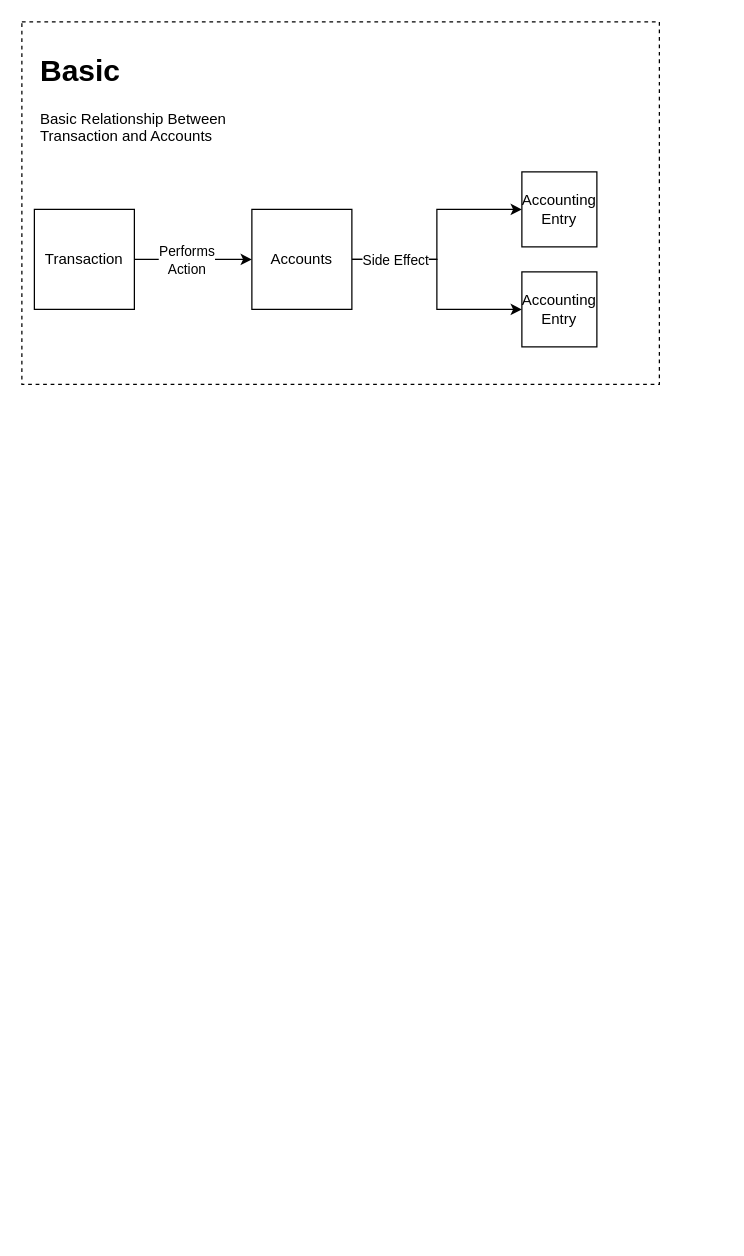
Above: Core Finance System.drawio in isaac-code/diagrams (draw.io), before the change. Source tidied: cells renumbered, new cells numbered last; positions are measured from the earlier drawing's top-left corner, leaving out a move shared by most shapes. Both pictures are drawn from the tidied source at 125%, with x=0, y=0 at pixel (21, 21).
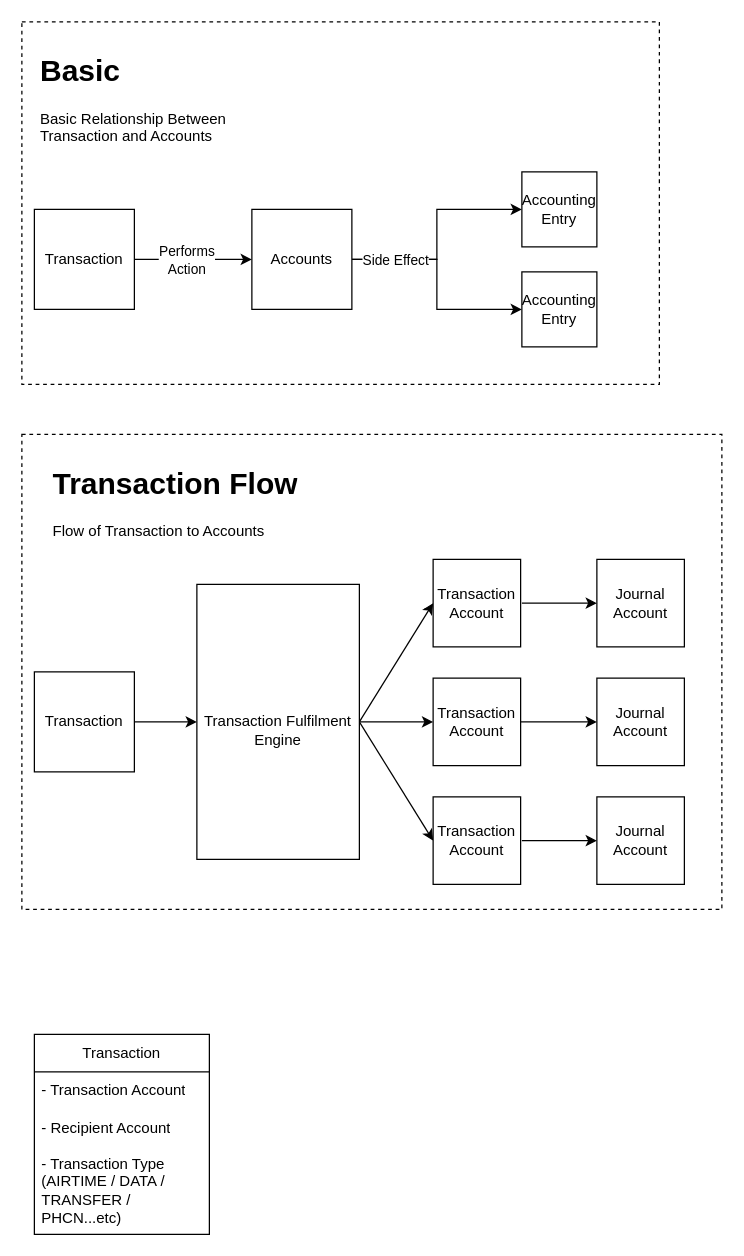
The same page after the edit.

What changed in the source:
```diff
@@
+    <mxCell id="13" style="rounded=0;whiteSpace=wrap;html=1;dashed=1;" parent="1" vertex="1">
+      <mxGeometry y="330" width="560" height="380" as="geometry" />
+    </mxCell>
@@
+    <mxCell id="14" style="edgeStyle=orthogonalEdgeStyle;rounded=0;jettySize=auto;html=1;exitX=1;exitY=0.5;exitDx=0;exitDy=0;entryX=0;entryY=0.5;entryDx=0;entryDy=0;" parent="1" edge="1" source="15" target="16">
+      <mxGeometry relative="1" as="geometry" />
+    </mxCell>
+    <mxCell id="15" value="Transaction" style="whiteSpace=wrap;html=1;" parent="1" vertex="1">
+      <mxGeometry x="10" y="520" width="80" height="80" as="geometry" />
+    </mxCell>
+    <mxCell id="16" value="&lt;br&gt;Transaction Fulfilment Engine" style="rounded=0;whiteSpace=wrap;html=1;" parent="1" vertex="1">
+      <mxGeometry x="140" y="450" width="130" height="220" as="geometry" />
+    </mxCell>
+    <mxCell id="17" value="Transaction Account" style="whiteSpace=wrap;html=1;" parent="1" vertex="1">
+      <mxGeometry x="329" y="430" width="70" height="70" as="geometry" />
+    </mxCell>
+    <mxCell id="18" value="Transaction Account" style="whiteSpace=wrap;html=1;" parent="1" vertex="1">
+      <mxGeometry x="329" y="525" width="70" height="70" as="geometry" />
+    </mxCell>
+    <mxCell id="19" value="Transaction Account" style="whiteSpace=wrap;html=1;" parent="1" vertex="1">
+      <mxGeometry x="329" y="620" width="70" height="70" as="geometry" />
+    </mxCell>
+    <mxCell id="20" style="endArrow=classic;html=1;rounded=0;entryX=0;entryY=0.5;entryDx=0;entryDy=0;exitX=1;exitY=0.5;exitDx=0;exitDy=0;" parent="1" edge="1" source="16" target="17">
+      <mxGeometry relative="1" as="geometry" />
+    </mxCell>
+    <mxCell id="21" style="endArrow=classic;html=1;rounded=0;exitX=1;exitY=0.5;exitDx=0;exitDy=0;" parent="1" edge="1" source="16" target="18">
+      <mxGeometry relative="1" as="geometry" />
+    </mxCell>
+    <mxCell id="22" style="endArrow=classic;html=1;rounded=0;entryX=0;entryY=0.5;entryDx=0;entryDy=0;exitX=1;exitY=0.5;exitDx=0;exitDy=0;" parent="1" edge="1" source="16" target="19">
+      <mxGeometry relative="1" as="geometry" />
+    </mxCell>
+    <mxCell id="23" value="Journal Account" style="whiteSpace=wrap;html=1;" parent="1" vertex="1">
+      <mxGeometry x="460" y="430" width="70" height="70" as="geometry" />
+    </mxCell>
+    <mxCell id="24" value="Journal Account" style="whiteSpace=wrap;html=1;" parent="1" vertex="1">
+      <mxGeometry x="460" y="525" width="70" height="70" as="geometry" />
+    </mxCell>
+    <mxCell id="25" value="Journal Account" style="whiteSpace=wrap;html=1;" parent="1" vertex="1">
+      <mxGeometry x="460" y="620" width="70" height="70" as="geometry" />
+    </mxCell>
+    <mxCell id="26" style="endArrow=classic;html=1;rounded=0;entryX=0;entryY=0.5;entryDx=0;entryDy=0;" parent="1" edge="1" target="23">
+      <mxGeometry relative="1" as="geometry">
+        <mxPoint x="400" y="465" as="sourcePoint" />
+      </mxGeometry>
+    </mxCell>
+    <mxCell id="27" style="endArrow=classic;html=1;rounded=0;entryX=0;entryY=0.5;entryDx=0;entryDy=0;exitX=1;exitY=0.5;exitDx=0;exitDy=0;" parent="1" edge="1" source="18" target="24">
+      <mxGeometry relative="1" as="geometry" />
+    </mxCell>
+    <mxCell id="28" style="endArrow=classic;html=1;rounded=0;entryX=0;entryY=0.5;entryDx=0;entryDy=0;" parent="1" edge="1" target="25">
+      <mxGeometry relative="1" as="geometry">
+        <mxPoint x="400" y="655" as="sourcePoint" />
+      </mxGeometry>
+    </mxCell>
+    <mxCell id="29" value="&lt;h1&gt;Transaction Flow&lt;/h1&gt;&lt;p&gt;Flow of Transaction to Accounts&lt;/p&gt;" style="text;html=1;strokeColor=none;fillColor=none;spacing=5;spacingTop=-20;whiteSpace=wrap;overflow=hidden;rounded=0;" parent="1" vertex="1">
+      <mxGeometry x="20" y="350" width="220" height="90" as="geometry" />
+    </mxCell>
+    <mxCell id="30" value="Transaction" style="swimlane;fontStyle=0;horizontal=1;startSize=30;whiteSpace=wrap;html=1;" parent="1" vertex="1">
+      <mxGeometry x="10" y="810" width="140" height="160" as="geometry" />
+    </mxCell>
+    <mxCell id="31" value="- Transaction Account" style="text;strokeColor=none;fillColor=none;align=left;verticalAlign=middle;spacingLeft=4;spacingRight=4;overflow=hidden;whiteSpace=wrap;html=1;" parent="30" vertex="1">
+      <mxGeometry y="30" width="140" height="30" as="geometry" />
+    </mxCell>
+    <mxCell id="32" value="- Recipient Account" style="text;strokeColor=none;fillColor=none;align=left;verticalAlign=middle;spacingLeft=4;spacingRight=4;overflow=hidden;whiteSpace=wrap;html=1;" parent="30" vertex="1">
+      <mxGeometry y="60" width="140" height="30" as="geometry" />
+    </mxCell>
+    <mxCell id="33" value="- Transaction Type (AIRTIME / DATA / TRANSFER / PHCN...etc)" style="text;strokeColor=none;fillColor=none;align=left;verticalAlign=middle;spacingLeft=4;spacingRight=4;overflow=hidden;whiteSpace=wrap;html=1;" parent="30" vertex="1">
+      <mxGeometry y="90" width="140" height="70" as="geometry" />
+    </mxCell>
```
